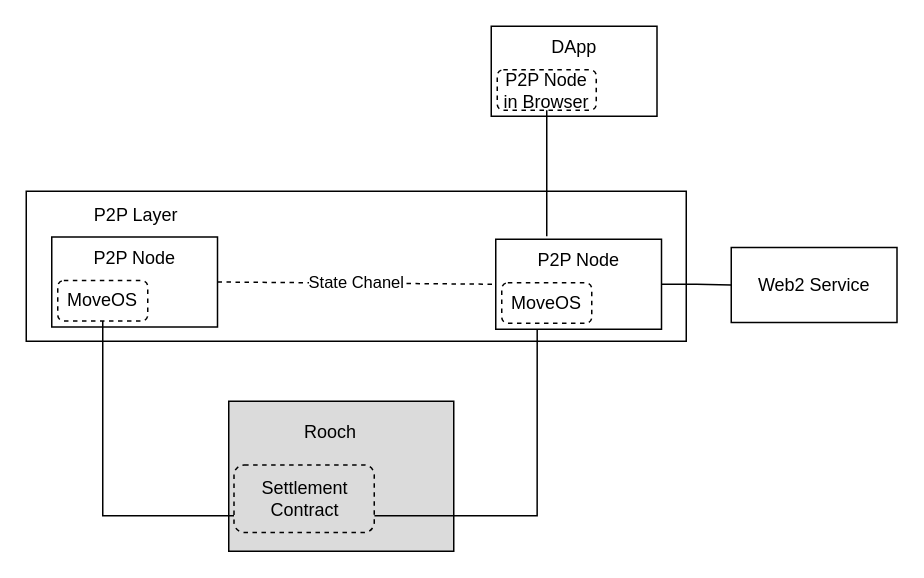
The draw.io diagram page "p2p" (6 of 11) of static/diagram/rooch.drawio in rooch-network/rooch-network.github.io, before the edit. Source tidied: cells renumbered, new cells numbered last; positions are measured from the earlier drawing's top-left corner, leaving out a move shared by most shapes. Both pictures are drawn from the tidied source at 150%, with x=0, y=0 at pixel (26, 26).
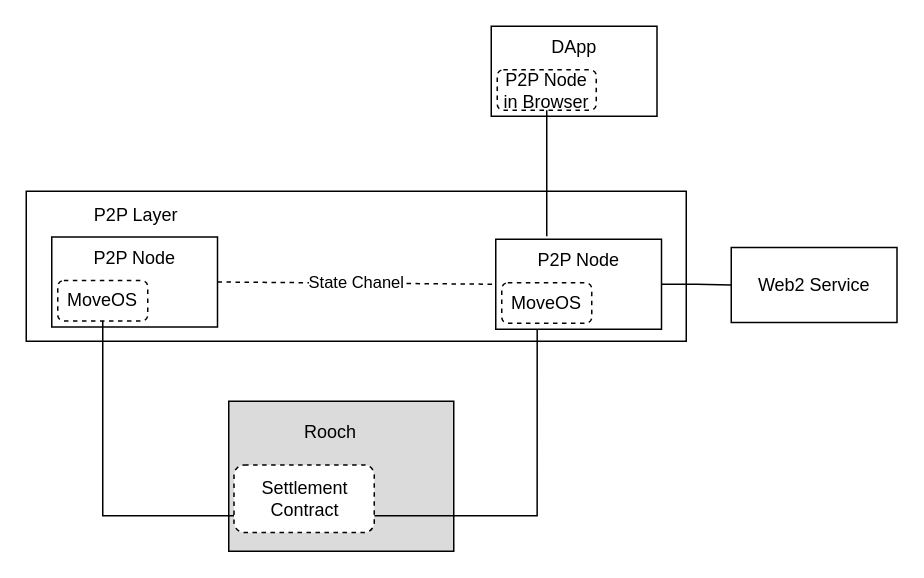
The same page after the edit.

The edit, as a diff of the source:
```diff
@@
-    <mxCell id="14" value="Settlement Contract" style="rounded=1;whiteSpace=wrap;html=1;dashed=1;fillColor=#DBDBDB;" parent="1" vertex="1">
+    <mxCell id="14" value="Settlement Contract" style="rounded=1;whiteSpace=wrap;html=1;dashed=1;fillColor=default;" parent="1" vertex="1">
       <mxGeometry x="138.5" y="292.5" width="93.5" height="45" as="geometry" />
     </mxCell>
```
